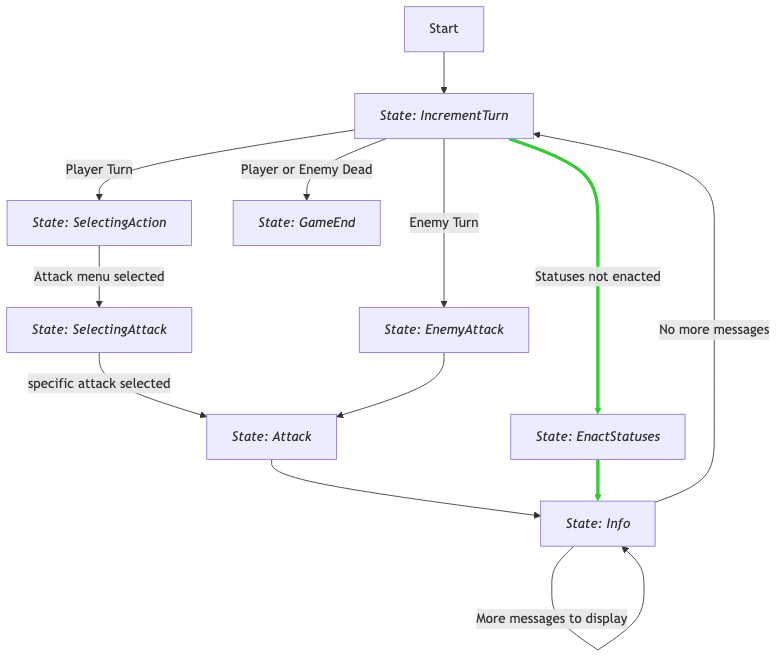
Above: docs/state_diagram.png in JakeTaussig/rpg-rougelike (Mermaid), before the change. Its source is kept beside it as docs/state_diagram.mermaid.
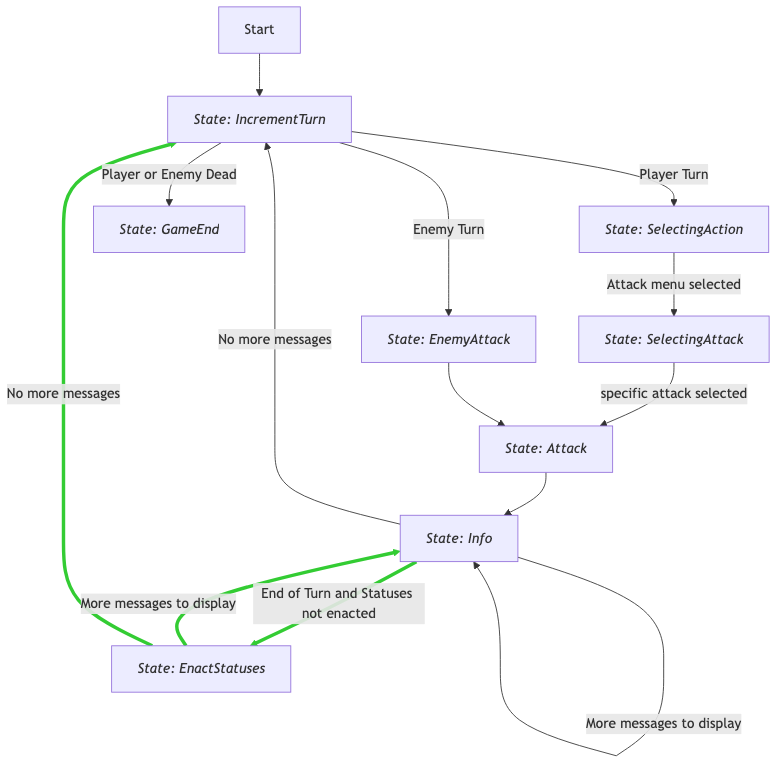
The same file after the commit.

Commit message:
Revert to old state diagram (again), with highlighted `ENACT_STATUSES` paths

This reverts commit 4d51cf6eb9893b6fd2db89df09ac84e876e93b85.

What changed in the source:
```diff
@@ -15,7 +15,6 @@
   SelectingAction --> |Attack menu selected| SelectingAttack
   SelectingAttack --> |specific attack selected| Attack
 
-
   IncrementTurn --> |Enemy Turn| EnemyAttack
   EnemyAttack --> Attack
 
@@ -23,11 +22,12 @@
 
   IncrementTurn --> |Player or Enemy Dead| GameEnd
 
-  IncrementTurn --> |Statuses not enacted| EnactStatuses
-  linkStyle 8 stroke:#33cc33,stroke-width:4px
-
   Info --> |No more messages| IncrementTurn
   Info --> |More messages to display| Info
+  Info --> |End of Turn and Statuses not enacted|EnactStatuses
+  linkStyle 10 stroke:#33cc33,stroke-width:4px
 
-  EnactStatuses --> Info
+  EnactStatuses --> |More messages to display|Info
   linkStyle 11 stroke:#33cc33,stroke-width:4px
+  EnactStatuses --> |No more messages|IncrementTurn
+  linkStyle 12 stroke:#33cc33,stroke-width:4px
```
